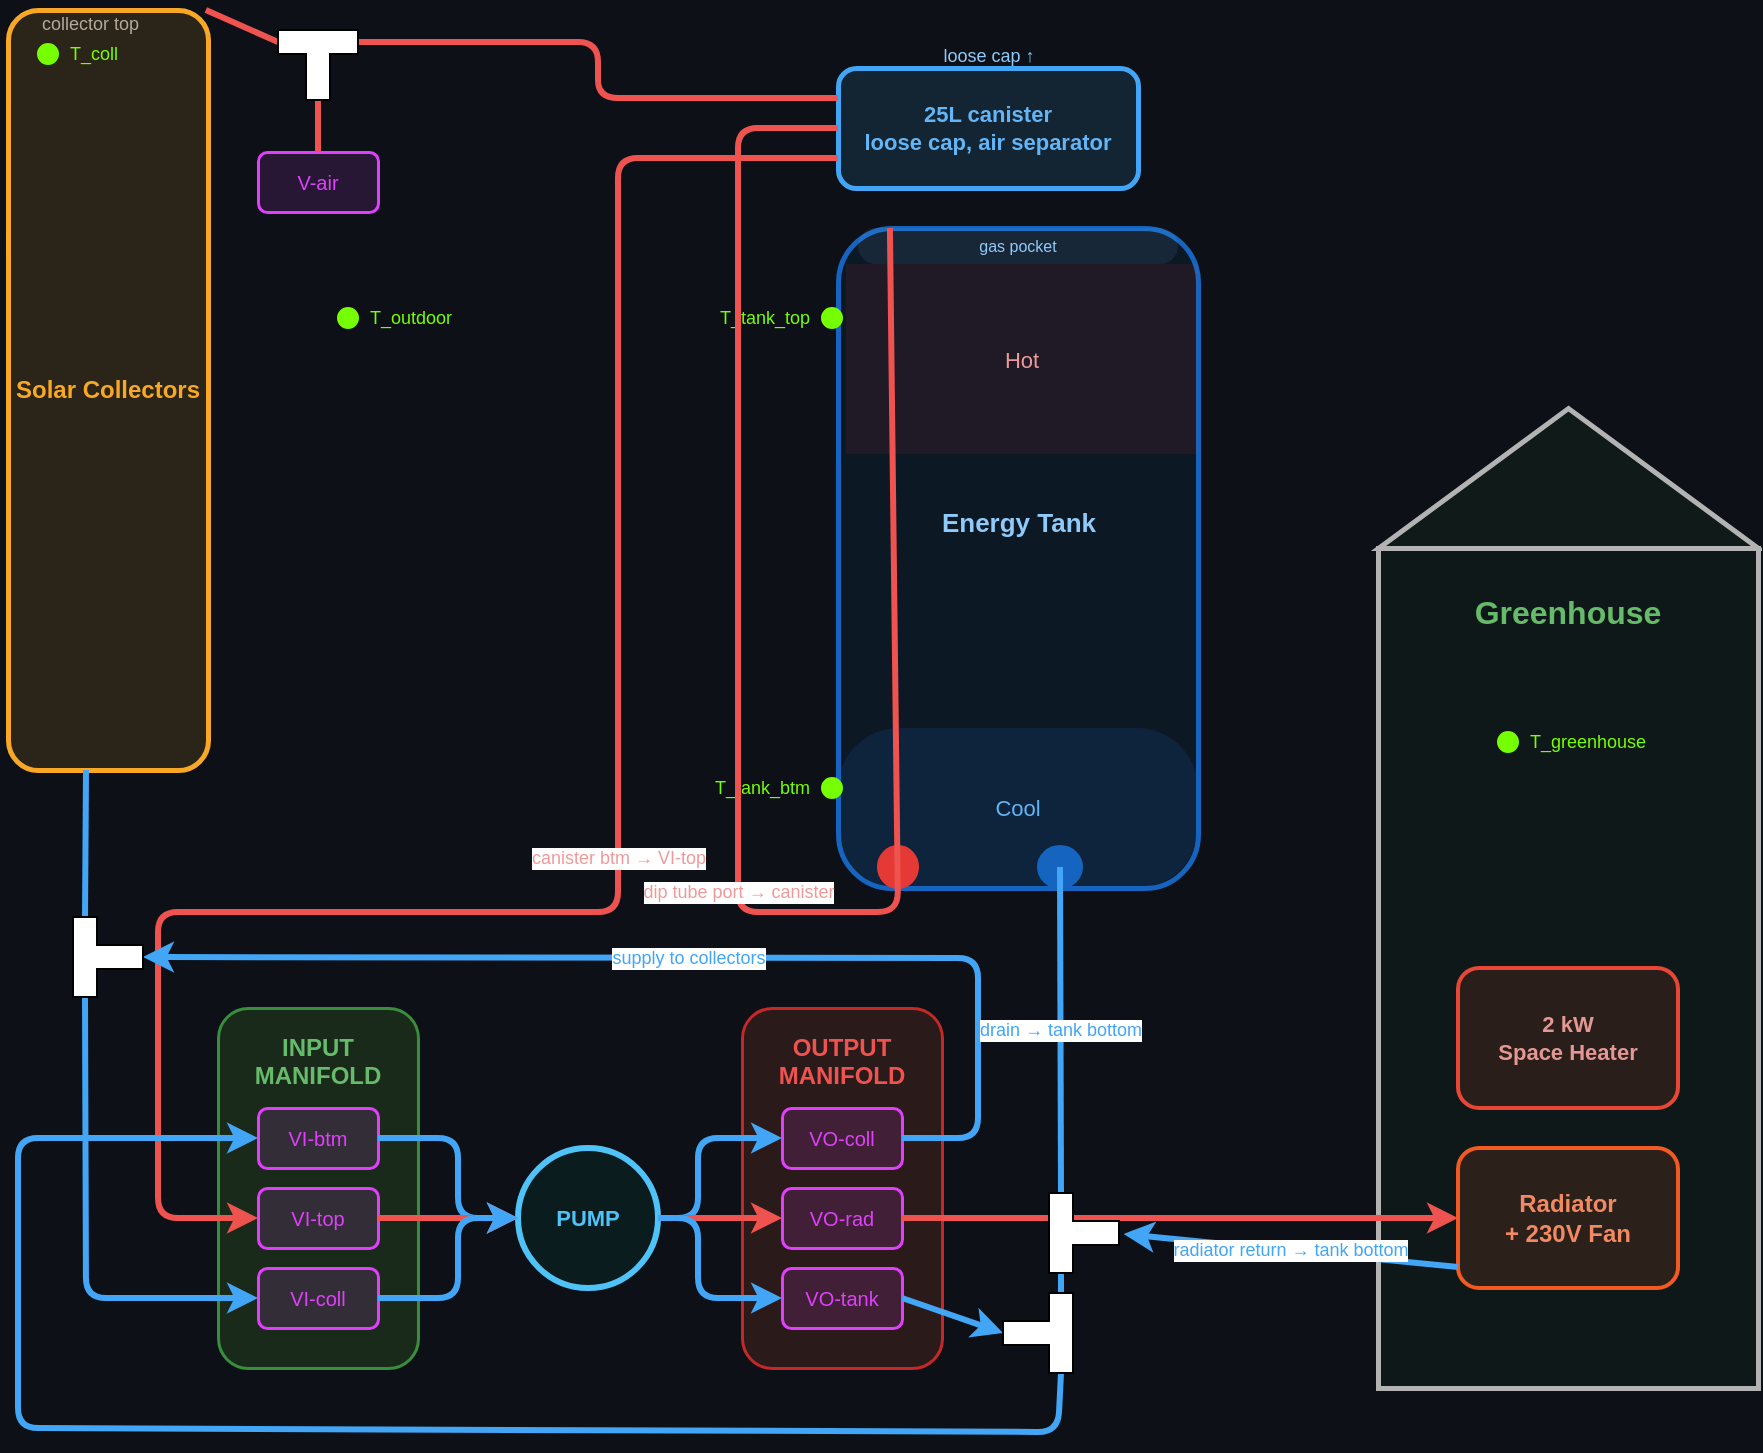
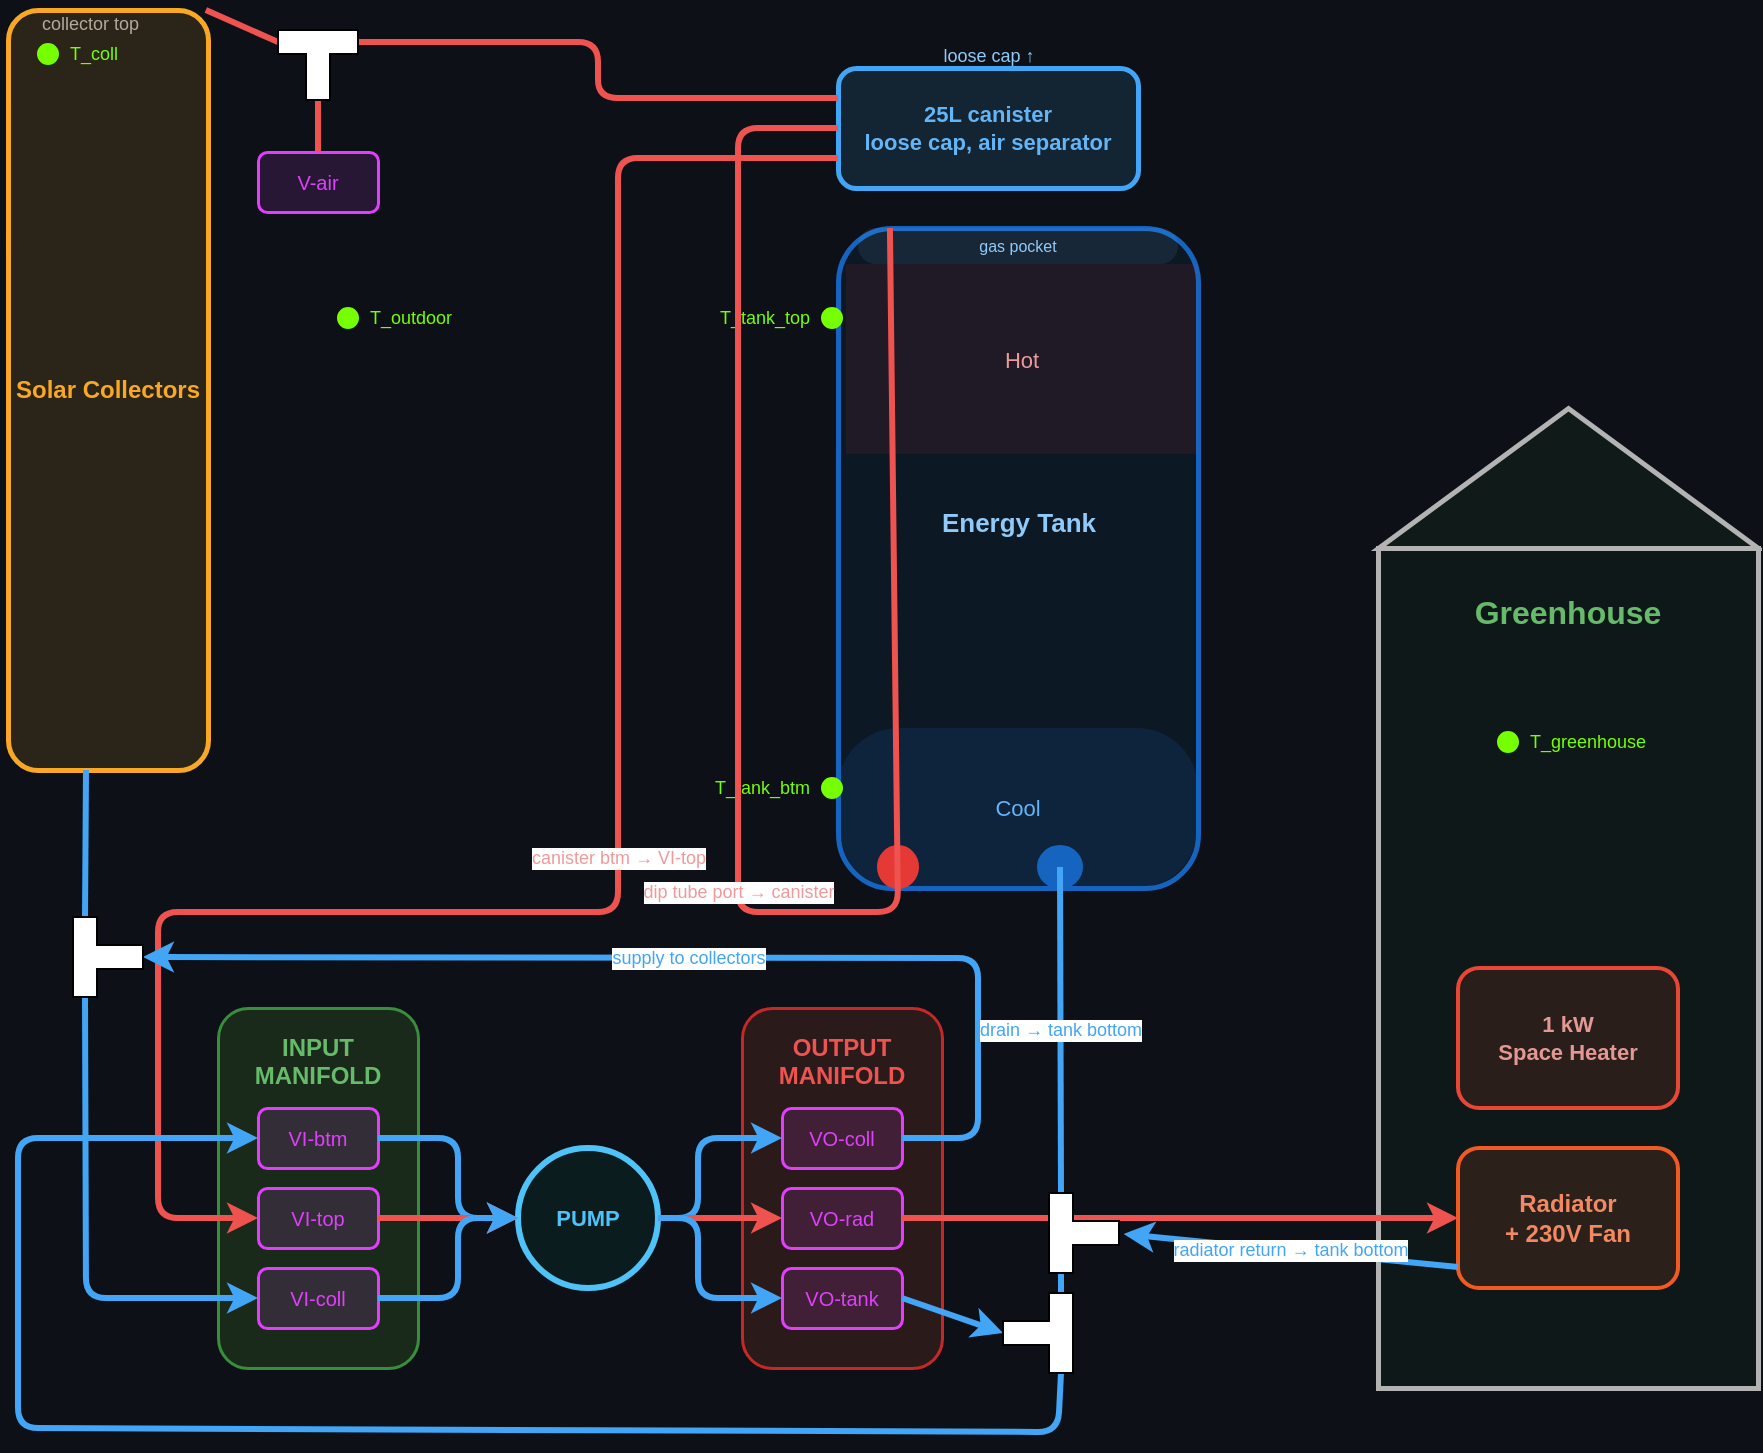
<mxfile host="generate-topology.js" agent="greenhouse-solar-heater">
  <diagram id="system-topology" name="System Topology">
    <mxGraphModel dx="940" dy="760" grid="1" gridSize="10" guides="1" tooltips="1" connect="1" arrows="1" fold="1" page="1" pageScale="1" pageWidth="940" pageHeight="760" math="0" shadow="0" background="#0d1117">
      <root>
        <mxCell id="0"/>
        <mxCell id="1" parent="0"/>
        <mxCell id="coll_top_port_label" value="collector top" style="text;html=1;align=left;fontSize=9;fontColor=#aaaaaa;" vertex="1" parent="1"><mxGeometry x="50" y="14" width="90" height="15" as="geometry"/></mxCell>
        <mxCell id="reservoir_vent" value="loose cap ↑" style="text;html=1;align=center;fontSize=9;fontColor=#90caf9;" vertex="1" parent="1"><mxGeometry x="450" y="30" width="150" height="16" as="geometry"/></mxCell>
        <mxCell id="input_manifold" value="INPUT MANIFOLD" style="rounded=1;whiteSpace=wrap;html=1;fillColor=#1a2a1a;strokeColor=#388e3c;strokeWidth=1.5;fontColor=#66bb6a;fontSize=12;fontStyle=1;verticalAlign=top;spacingTop=6;" vertex="1" parent="1"><mxGeometry x="140" y="518" width="100" height="180" as="geometry"/></mxCell>
        <mxCell id="output_manifold" value="OUTPUT MANIFOLD" style="rounded=1;whiteSpace=wrap;html=1;fillColor=#2a1a1a;strokeColor=#c62828;strokeWidth=1.5;fontColor=#ef5350;fontSize=12;fontStyle=1;verticalAlign=top;spacingTop=6;" vertex="1" parent="1"><mxGeometry x="402" y="518" width="100" height="180" as="geometry"/></mxCell>
        <mxCell id="collectors" value="Solar Collectors" style="rounded=1;whiteSpace=wrap;html=1;fillColor=#f9a82520;strokeColor=#f9a825;strokeWidth=2.5;fontColor=#f9a825;fontSize=12;fontStyle=1;verticalAlign=middle;" vertex="1" parent="1"><mxGeometry x="35" y="19" width="100" height="380" as="geometry"/></mxCell>
        <mxCell id="tank" value="" style="rounded=1;whiteSpace=wrap;html=1;fillColor=#1565c015;strokeColor=#1565c0;strokeWidth=2.5;" vertex="1" parent="1"><mxGeometry x="450" y="128" width="180" height="330" as="geometry"/></mxCell>
        <mxCell id="tank_gas" value="gas pocket" style="rounded=1;whiteSpace=wrap;html=1;fillColor=#90caf915;strokeColor=none;fontColor=#90caf9;fontSize=8;glass=0;arcSize=50;" vertex="1" parent="tank"><mxGeometry x="10" y="0" width="160" height="18" as="geometry"/></mxCell>
        <mxCell id="tank_hot" value="Hot" style="rounded=0;whiteSpace=wrap;html=1;fillColor=#e5393515;strokeColor=none;fontColor=#ef9a9a;fontSize=11;" vertex="1" parent="tank"><mxGeometry x="4" y="18" width="176" height="95" as="geometry"/></mxCell>
        <mxCell id="tank_label" value="Energy Tank" style="text;html=1;align=center;fontSize=13;fontStyle=1;fontColor=#90caf9;" vertex="1" parent="tank"><mxGeometry x="4" y="133" width="172" height="60" as="geometry"/></mxCell>
        <mxCell id="tank_cool" value="Cool" style="rounded=1;whiteSpace=wrap;html=1;fillColor=#1565c025;strokeColor=none;fontColor=#64b5f6;fontSize=11;arcSize=38;" vertex="1" parent="tank"><mxGeometry x="0" y="250" width="180" height="80" as="geometry"/></mxCell>
        <mxCell id="tank_dip_port" value="" style="ellipse;whiteSpace=wrap;html=1;fillColor=#e53935;strokeColor=#e53935;" vertex="1" parent="tank"><mxGeometry x="20" y="309" width="20" height="21" as="geometry"/></mxCell>
        <mxCell id="tank_btm_port" value="" style="ellipse;whiteSpace=wrap;html=1;fillColor=#1565c0;strokeColor=#1565c0;" vertex="1" parent="tank"><mxGeometry x="100" y="309" width="22" height="21" as="geometry"/></mxCell>
        <mxCell id="reservoir" value="25L canister&#10;loose cap, air separator" style="rounded=1;whiteSpace=wrap;html=1;fillColor=#42a5f520;strokeColor=#42a5f5;strokeWidth=2.5;fontColor=#64b5f6;fontSize=11;fontStyle=1;" vertex="1" parent="1"><mxGeometry x="450" y="48" width="150" height="60" as="geometry"/></mxCell>
        <mxCell id="pump" value="PUMP" style="ellipse;whiteSpace=wrap;html=1;fillColor=#00695c20;strokeColor=#4fc3f7;strokeWidth=3;fontColor=#4fc3f7;fontSize=11;fontStyle=1;" vertex="1" parent="1"><mxGeometry x="290" y="588" width="70" height="70" as="geometry"/></mxCell>
        <mxCell id="radiator" value="Radiator&#10;+ 230V Fan" style="rounded=1;whiteSpace=wrap;html=1;fillColor=#ff572220;strokeColor=#ff5722;strokeWidth=2;fontColor=#ff8a65;fontSize=12;fontStyle=1;" vertex="1" parent="1"><mxGeometry x="760" y="588" width="110" height="70" as="geometry"/></mxCell>
-         <mxCell id="space_heater" value="2 kW&#10;Space Heater" style="rounded=1;whiteSpace=wrap;html=1;fillColor=#f4433620;strokeColor=#f44336;strokeWidth=2;fontColor=#ef9a9a;fontSize=11;fontStyle=1;" vertex="1" parent="1"><mxGeometry x="760" y="498" width="110" height="70" as="geometry"/></mxCell>
+         <mxCell id="space_heater" value="1 kW&#10;Space Heater" style="rounded=1;whiteSpace=wrap;html=1;fillColor=#f4433620;strokeColor=#f44336;strokeWidth=2;fontColor=#ef9a9a;fontSize=11;fontStyle=1;" vertex="1" parent="1"><mxGeometry x="760" y="498" width="110" height="70" as="geometry"/></mxCell>
        <mxCell id="greenhouse_roof" value="" style="triangle;whiteSpace=wrap;html=1;direction=north;fillColor=#2e7d3215;strokeColor=#B3B3B3;strokeWidth=2.5;" vertex="1" parent="1"><mxGeometry x="720" y="218" width="190" height="70" as="geometry"/></mxCell>
        <mxCell id="greenhouse_body" value="Greenhouse" style="rounded=0;whiteSpace=wrap;html=1;fillColor=#2e7d3210;strokeColor=#B3B3B3;strokeWidth=2.5;fontColor=#66bb6a;fontSize=16;fontStyle=1;verticalAlign=top;spacingTop=16;" vertex="1" parent="1"><mxGeometry x="720" y="288" width="190" height="420" as="geometry"/></mxCell>
        <mxCell id="vi_btm" value="VI-btm" style="rounded=1;whiteSpace=wrap;html=1;fillColor=#e040fb20;strokeColor=#e040fb;strokeWidth=1.5;fontColor=#e040fb;fontSize=10;" vertex="1" parent="1"><mxGeometry x="160" y="568" width="60" height="30" as="geometry"/></mxCell>
        <mxCell id="vi_top" value="VI-top" style="rounded=1;whiteSpace=wrap;html=1;fillColor=#e040fb20;strokeColor=#e040fb;strokeWidth=1.5;fontColor=#e040fb;fontSize=10;" vertex="1" parent="1"><mxGeometry x="160" y="608" width="60" height="30" as="geometry"/></mxCell>
        <mxCell id="vi_coll" value="VI-coll" style="rounded=1;whiteSpace=wrap;html=1;fillColor=#e040fb20;strokeColor=#e040fb;strokeWidth=1.5;fontColor=#e040fb;fontSize=10;" vertex="1" parent="1"><mxGeometry x="160" y="648" width="60" height="30" as="geometry"/></mxCell>
        <mxCell id="vo_coll" value="VO-coll" style="rounded=1;whiteSpace=wrap;html=1;fillColor=#e040fb20;strokeColor=#e040fb;strokeWidth=1.5;fontColor=#e040fb;fontSize=10;" vertex="1" parent="1"><mxGeometry x="422" y="568" width="60" height="30" as="geometry"/></mxCell>
        <mxCell id="vo_rad" value="VO-rad" style="rounded=1;whiteSpace=wrap;html=1;fillColor=#e040fb20;strokeColor=#e040fb;strokeWidth=1.5;fontColor=#e040fb;fontSize=10;" vertex="1" parent="1"><mxGeometry x="422" y="608" width="60" height="30" as="geometry"/></mxCell>
        <mxCell id="vo_tank" value="VO-tank" style="rounded=1;whiteSpace=wrap;html=1;fillColor=#e040fb20;strokeColor=#e040fb;strokeWidth=1.5;fontColor=#e040fb;fontSize=10;" vertex="1" parent="1"><mxGeometry x="422" y="648" width="60" height="30" as="geometry"/></mxCell>
        <mxCell id="v_air" value="V-air" style="rounded=1;whiteSpace=wrap;html=1;fillColor=#e040fb20;strokeColor=#e040fb;strokeWidth=1.5;fontColor=#e040fb;fontSize=10;" vertex="1" parent="1"><mxGeometry x="160" y="90" width="60" height="30" as="geometry"/></mxCell>
        <mxCell id="t_collector" value="T_coll" style="ellipse;whiteSpace=wrap;html=1;fillColor=#76ff03;strokeColor=#76ff03;fontColor=#76ff03;fontSize=9;labelPosition=right;verticalLabelPosition=middle;align=left;verticalAlign=middle;spacingLeft=4;" vertex="1" parent="1"><mxGeometry x="50" y="36" width="10" height="10" as="geometry"/></mxCell>
        <mxCell id="t_tank_top" value="T_tank_top" style="ellipse;whiteSpace=wrap;html=1;fillColor=#76ff03;strokeColor=#76ff03;fontColor=#76ff03;fontSize=9;labelPosition=left;verticalLabelPosition=middle;align=right;verticalAlign=middle;spacingLeft=0;spacingRight=4;" vertex="1" parent="1"><mxGeometry x="442" y="168" width="10" height="10" as="geometry"/></mxCell>
        <mxCell id="t_tank_bottom" value="T_tank_btm" style="ellipse;whiteSpace=wrap;html=1;fillColor=#76ff03;strokeColor=#76ff03;fontColor=#76ff03;fontSize=9;labelPosition=left;verticalLabelPosition=middle;align=right;verticalAlign=middle;spacingLeft=0;spacingRight=4;" vertex="1" parent="1"><mxGeometry x="442" y="403" width="10" height="10" as="geometry"/></mxCell>
        <mxCell id="t_greenhouse" value="T_greenhouse" style="ellipse;whiteSpace=wrap;html=1;fillColor=#76ff03;strokeColor=#76ff03;fontColor=#76ff03;fontSize=9;labelPosition=right;verticalLabelPosition=middle;align=left;verticalAlign=middle;spacingLeft=4;" vertex="1" parent="1"><mxGeometry x="780" y="380" width="10" height="10" as="geometry"/></mxCell>
        <mxCell id="t_outdoor" value="T_outdoor" style="ellipse;whiteSpace=wrap;html=1;fillColor=#76ff03;strokeColor=#76ff03;fontColor=#76ff03;fontSize=9;labelPosition=right;verticalLabelPosition=middle;align=left;verticalAlign=middle;spacingLeft=4;" vertex="1" parent="1"><mxGeometry x="200" y="168" width="10" height="10" as="geometry"/></mxCell>
        <mxCell id="pipe_coll_top_tee" value="" style="endArrow=none;html=1;strokeColor=#ef5350;strokeWidth=3;fontColor=#ef9a9a;fontSize=9;exitX=0.95;exitY=0.04;exitDx=0;exitDy=0;entryX=0;entryY=0;entryDx=0;entryDy=6;entryPerimeter=0;" edge="1" parent="1" source="collectors" target="tee_collector_top"><mxGeometry relative="1" as="geometry"></mxGeometry></mxCell>
        <mxCell id="pipe_coll_top_reservoir" value="" style="endArrow=none;html=1;strokeColor=#ef5350;strokeWidth=3;fontColor=#ef9a9a;fontSize=9;exitX=0;exitY=0;exitDx=40;exitDy=6;exitPerimeter=0;entryX=0;entryY=0.25;entryDx=0;entryDy=0;" edge="1" parent="1" source="tee_collector_top" target="reservoir"><mxGeometry relative="1" as="geometry"><Array as="points"><mxPoint x="330" y="35"/><mxPoint x="330" y="63"/></Array></mxGeometry></mxCell>
        <mxCell id="pipe_vair_colltee" value="" style="endArrow=none;html=1;strokeColor=#ef5350;strokeWidth=3;fontColor=#ef9a9a;fontSize=9;exitX=0.5;exitY=1;exitDx=0;exitDy=0;exitPerimeter=0;entryX=0.5;entryY=0;entryDx=0;entryDy=0;" edge="1" parent="1" source="tee_collector_top" target="v_air"><mxGeometry relative="1" as="geometry"></mxGeometry></mxCell>
        <mxCell id="pipe_dip_reservoir" value="dip tube port → canister" style="endArrow=none;html=1;strokeColor=#ef5350;strokeWidth=3;fontColor=#ef9a9a;fontSize=9;exitX=0.167;exitY=0.032;exitDx=0;exitDy=0;entryX=0;entryY=0.5;entryDx=0;entryDy=0;" edge="1" parent="1" source="tank" target="reservoir"><mxGeometry relative="1" as="geometry"><Array as="points"><mxPoint x="480" y="470"/><mxPoint x="400" y="470"/><mxPoint x="400" y="78"/></Array></mxGeometry></mxCell>
        <mxCell id="pipe_reservoir_vitop" value="canister btm → VI-top" style="endArrow=classic;html=1;strokeColor=#ef5350;strokeWidth=3;fontColor=#ef9a9a;fontSize=9;exitX=0;exitY=0.75;exitDx=0;exitDy=0;entryX=0;entryY=0.5;entryDx=0;entryDy=0;" edge="1" parent="1" source="reservoir" target="vi_top"><mxGeometry relative="1" as="geometry"><Array as="points"><mxPoint x="340" y="93"/><mxPoint x="340" y="470"/><mxPoint x="110" y="470"/><mxPoint x="110" y="623"/></Array></mxGeometry></mxCell>
        <mxCell id="pipe_tank_vibtm" value="" style="endArrow=classic;html=1;strokeColor=#42a5f5;strokeWidth=3;fontColor=#42a5f5;fontSize=9;exitX=0;exitY=0;exitDx=40;exitDy=6;exitPerimeter=0;entryX=0;entryY=0.5;entryDx=0;entryDy=0;" edge="1" parent="1" source="tee_output_lower" target="vi_btm"><mxGeometry relative="1" as="geometry"><Array as="points"><mxPoint x="560" y="730"/><mxPoint x="40" y="728"/><mxPoint x="40" y="583"/></Array></mxGeometry></mxCell>
        <mxCell id="pipe_collbtm_vicoll" value="" style="endArrow=none;endFill=0;html=1;strokeColor=#42a5f5;strokeWidth=3;fontColor=#42a5f5;fontSize=9;exitX=0.39;exitY=1;exitDx=0;exitDy=0;entryX=0;entryY=0;entryDx=40;entryDy=6;entryPerimeter=0;" edge="1" parent="1" source="collectors" target="tee_collectors"><mxGeometry relative="1" as="geometry"></mxGeometry></mxCell>
        <mxCell id="pipe_vibtm_pump" value="" style="endArrow=classic;html=1;strokeColor=#42a5f5;strokeWidth=3;exitX=1;exitY=0.5;exitDx=0;exitDy=0;entryX=0;entryY=0.5;entryDx=0;entryDy=0;" edge="1" parent="1" source="vi_btm" target="pump"><mxGeometry relative="1" as="geometry"><Array as="points"><mxPoint x="260" y="583"/><mxPoint x="260" y="623"/></Array></mxGeometry></mxCell>
        <mxCell id="pipe_vitop_pump" value="" style="endArrow=classic;html=1;strokeColor=#ef5350;strokeWidth=3;exitX=1;exitY=0.5;exitDx=0;exitDy=0;entryX=0;entryY=0.5;entryDx=0;entryDy=0;" edge="1" parent="1" source="vi_top" target="pump"><mxGeometry relative="1" as="geometry"></mxGeometry></mxCell>
        <mxCell id="pipe_vicoll_pump" value="" style="endArrow=classic;html=1;strokeColor=#42a5f5;strokeWidth=3;exitX=1;exitY=0.5;exitDx=0;exitDy=0;entryX=0;entryY=0.5;entryDx=0;entryDy=0;" edge="1" parent="1" source="vi_coll" target="pump"><mxGeometry relative="1" as="geometry"><Array as="points"><mxPoint x="260" y="663"/><mxPoint x="260" y="623"/></Array></mxGeometry></mxCell>
        <mxCell id="pipe_pump_vocoll" value="" style="endArrow=classic;html=1;strokeColor=#42a5f5;strokeWidth=3;exitX=1;exitY=0.5;exitDx=0;exitDy=0;entryX=0;entryY=0.5;entryDx=0;entryDy=0;" edge="1" parent="1" source="pump" target="vo_coll"><mxGeometry relative="1" as="geometry"><Array as="points"><mxPoint x="380" y="623"/><mxPoint x="380" y="583"/></Array></mxGeometry></mxCell>
        <mxCell id="pipe_pump_vorad" value="" style="endArrow=classic;html=1;strokeColor=#ef5350;strokeWidth=3;exitX=1;exitY=0.5;exitDx=0;exitDy=0;entryX=0;entryY=0.5;entryDx=0;entryDy=0;" edge="1" parent="1" source="pump" target="vo_rad"><mxGeometry relative="1" as="geometry"></mxGeometry></mxCell>
        <mxCell id="pipe_pump_votank" value="" style="endArrow=classic;html=1;strokeColor=#42a5f5;strokeWidth=3;exitX=1;exitY=0.5;exitDx=0;exitDy=0;entryX=0;entryY=0.5;entryDx=0;entryDy=0;" edge="1" parent="1" source="pump" target="vo_tank"><mxGeometry relative="1" as="geometry"><Array as="points"><mxPoint x="380" y="623"/><mxPoint x="380" y="663"/></Array></mxGeometry></mxCell>
        <mxCell id="pipe_vocoll_collbtm" value="supply to collectors" style="endArrow=classic;html=1;strokeColor=#42a5f5;strokeWidth=3;fontColor=#42a5f5;fontSize=9;exitX=1;exitY=0.5;exitDx=0;exitDy=0;entryX=0.5;entryY=1;entryDx=0;entryDy=0;entryPerimeter=0;" edge="1" parent="1" source="vo_coll" target="tee_collectors"><mxGeometry relative="1" as="geometry"><Array as="points"><mxPoint x="520" y="583"/><mxPoint x="520" y="493"/></Array></mxGeometry></mxCell>
        <mxCell id="pipe_tee_collectors_vicoll" value="" style="endArrow=classic;html=1;strokeColor=#42a5f5;strokeWidth=3;fontColor=#42a5f5;fontSize=9;exitX=0;exitY=0;exitDx=0;exitDy=6;exitPerimeter=0;entryX=0;entryY=0.5;entryDx=0;entryDy=0;" edge="1" parent="1" source="tee_collectors" target="vi_coll"><mxGeometry relative="1" as="geometry"><Array as="points"><mxPoint x="74" y="663"/></Array></mxGeometry></mxCell>
        <mxCell id="pipe_vorad_radiator" value="" style="endArrow=classic;html=1;strokeColor=#ef5350;strokeWidth=3;fontColor=#ef9a9a;fontSize=9;exitX=1;exitY=0.5;exitDx=0;exitDy=0;entryX=0;entryY=0.5;entryDx=0;entryDy=0;" edge="1" parent="1" source="vo_rad" target="radiator"><mxGeometry relative="1" as="geometry"><Array as="points"><mxPoint x="690" y="623"/></Array></mxGeometry></mxCell>
        <mxCell id="pipe_votank_tee_lower" value="" style="endArrow=classic;html=1;strokeColor=#42a5f5;strokeWidth=3;fontColor=#42a5f5;fontSize=9;exitX=1;exitY=0.5;exitDx=0;exitDy=0;entryX=0.5;entryY=1;entryDx=0;entryDy=0;entryPerimeter=0;" edge="1" parent="1" source="vo_tank" target="tee_output_lower"><mxGeometry relative="1" as="geometry"></mxGeometry></mxCell>
        <mxCell id="pipe_tee_lower_tee_upper" value="" style="endArrow=none;endFill=0;html=1;strokeColor=#42a5f5;strokeWidth=3;fontColor=#42a5f5;fontSize=9;exitX=0;exitY=0;exitDx=0;exitDy=6;exitPerimeter=0;entryX=0;entryY=0;entryDx=0;entryDy=6;entryPerimeter=0;" edge="1" parent="1" source="tee_output_lower" target="tee_output_upper"><mxGeometry relative="1" as="geometry"></mxGeometry></mxCell>
        <mxCell id="pipe_votank_tank" value="drain → tank bottom" style="endArrow=none;endFill=0;html=1;strokeColor=#42a5f5;strokeWidth=3;fontColor=#42a5f5;fontSize=9;exitX=0;exitY=0;exitDx=40;exitDy=6;exitPerimeter=0;entryX=0.5;entryY=0.5;entryDx=0;entryDy=0;" edge="1" parent="1" source="tee_output_upper" target="tank_btm_port"><mxGeometry relative="1" as="geometry"></mxGeometry></mxCell>
        <mxCell id="pipe_rad_return" value="radiator return → tank bottom" style="endArrow=classic;html=1;strokeColor=#42a5f5;strokeWidth=3;fontColor=#42a5f5;fontSize=9;exitX=0;exitY=0.85;exitDx=0;exitDy=0;entryX=0.488;entryY=1.067;entryDx=0;entryDy=0;entryPerimeter=0;" edge="1" parent="1" source="radiator" target="tee_output_upper"><mxGeometry relative="1" as="geometry"></mxGeometry></mxCell>
        <mxCell id="tee_output_lower" value="" style="shape=tee;whiteSpace=wrap;html=1;dx=12;dy=12;rotation=90;" vertex="1" parent="1"><mxGeometry x="530" y="663" width="40" height="35" as="geometry"/></mxCell>
        <mxCell id="tee_output_upper" value="" style="shape=tee;whiteSpace=wrap;html=1;dx=12;dy=12;rotation=-90;" vertex="1" parent="1"><mxGeometry x="553" y="613" width="40" height="35" as="geometry"/></mxCell>
        <mxCell id="tee_collectors" value="" style="shape=tee;whiteSpace=wrap;html=1;dx=12;dy=12;rotation=-90;" vertex="1" parent="1"><mxGeometry x="65" y="475" width="40" height="35" as="geometry"/></mxCell>
        <mxCell id="tee_collector_top" value="" style="shape=tee;whiteSpace=wrap;html=1;dx=12;dy=12;rotation=0;" vertex="1" parent="1"><mxGeometry x="170" y="29" width="40" height="35" as="geometry"/></mxCell>
      </root>
    </mxGraphModel>
  </diagram>
</mxfile>
